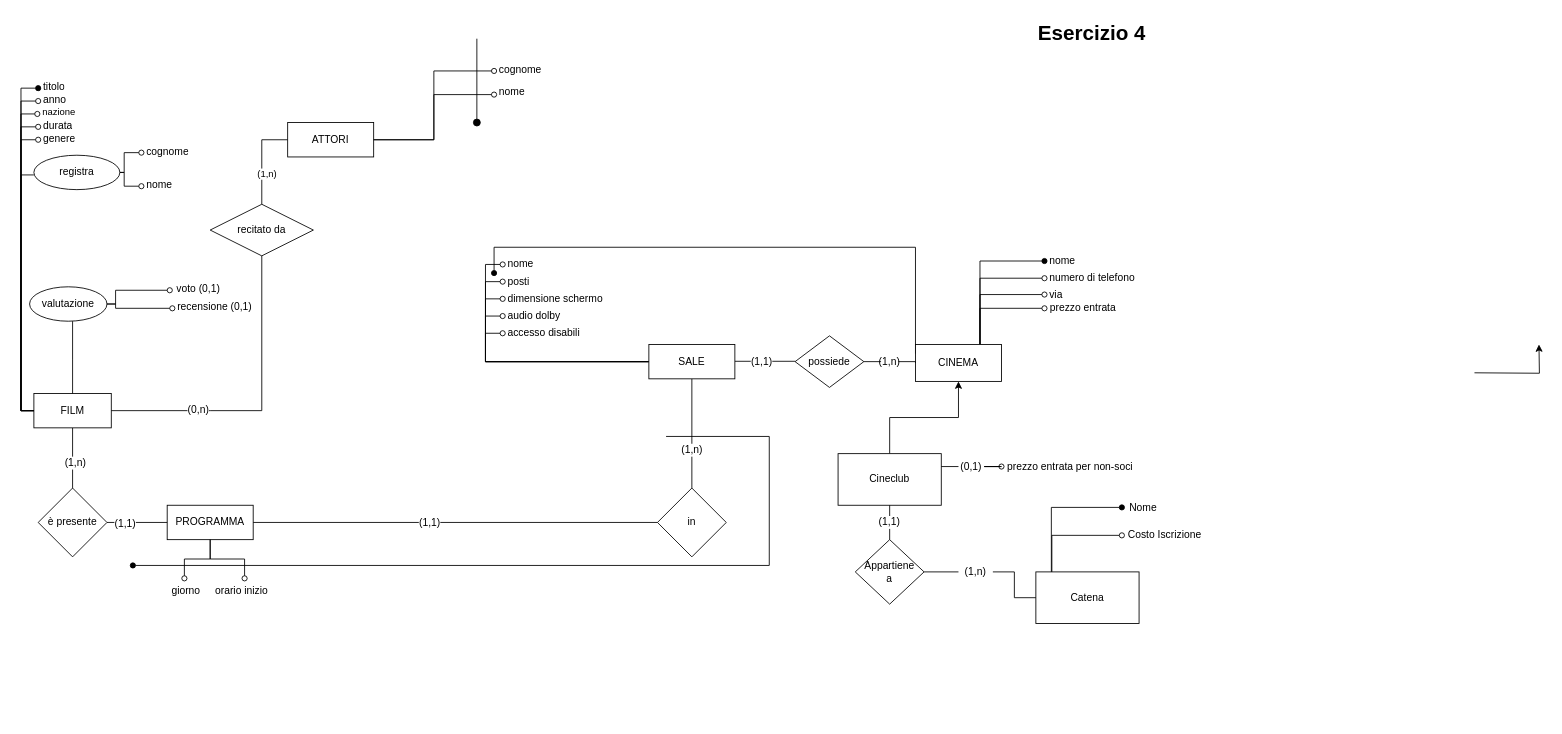
This is page "Page-4" (4 of 6) of esercizio_cinema/Esercizio-Cinema.drawio from RaphyJake/Basi-di-dati, a draw.io file, before an edit. Source tidied: cells renumbered, new cells numbered last; positions are measured from the earlier drawing's top-left corner, leaving out a move shared by most shapes. Both pictures are drawn from the tidied source at 86%, with x=0, y=0 at pixel (21, 15).
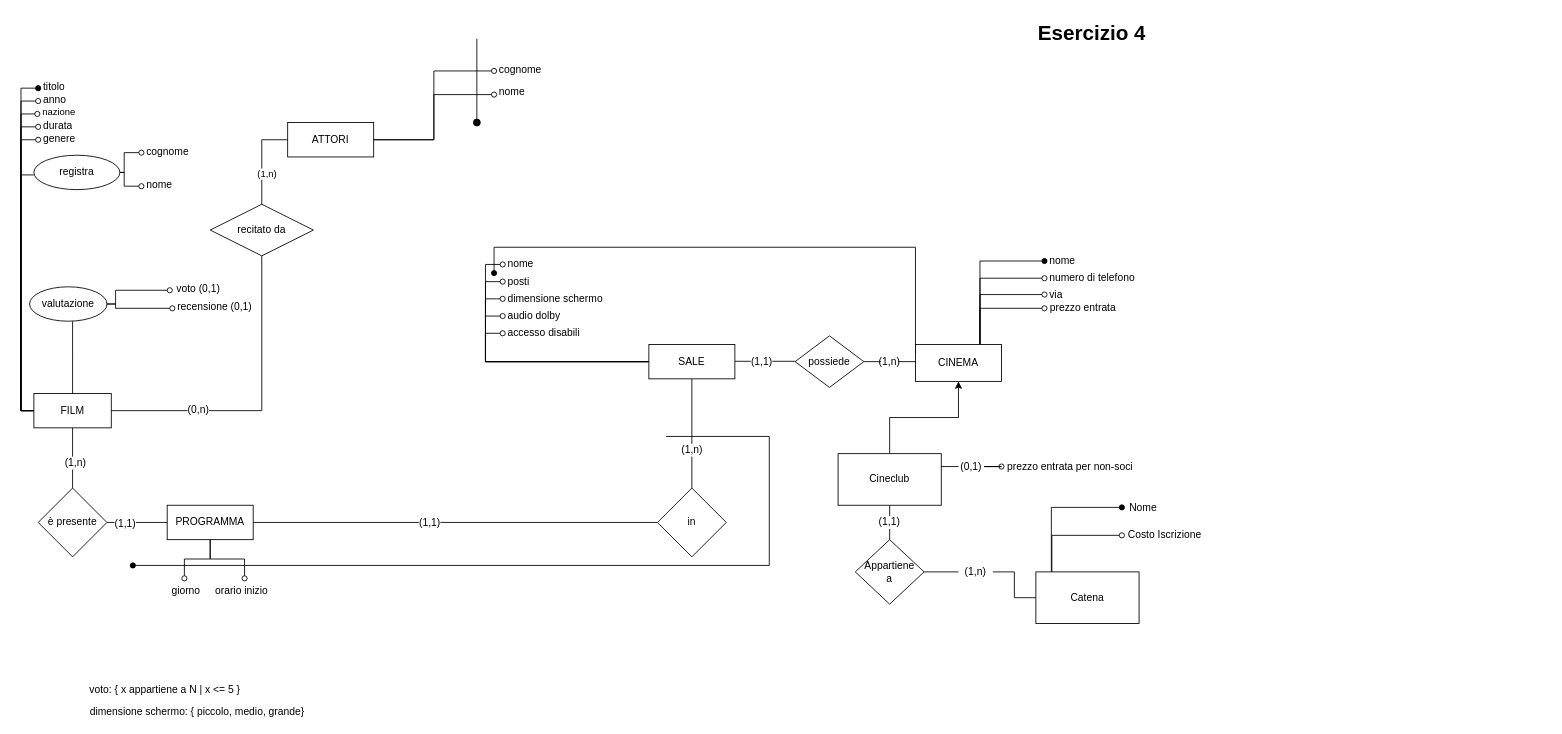
The same page after the edit.

Commit message:
Aggiunti due domini strani da ricordarsi

Change to the diagram source:
```diff
@@
-    <mxCell id="57" style="edgeStyle=orthogonalEdgeStyle;rounded=0;orthogonalLoop=1;jettySize=auto;html=1;exitX=0.75;exitY=0;exitDx=0;exitDy=0;entryX=0;entryY=0.5;entryDx=0;entryDy=0;" parent="1" edge="1">
-      <mxGeometry relative="1" as="geometry">
-        <mxPoint x="1690" y="416" as="sourcePoint" />
-        <mxPoint x="1765" y="383" as="targetPoint" />
-      </mxGeometry>
-    </mxCell>
@@
+    <mxCell id="100" value="voto: { x appartiene a N | x &amp;lt;= 5 }" style="text;html=1;align=center;verticalAlign=middle;whiteSpace=wrap;rounded=0;" parent="1" vertex="1">
+      <mxGeometry x="34.9" y="770" width="265.1" height="30" as="geometry" />
+    </mxCell>
+    <mxCell id="101" value="dimensione schermo: { piccolo, medio, grande}" style="text;html=1;align=center;verticalAlign=middle;whiteSpace=wrap;rounded=0;" parent="1" vertex="1">
+      <mxGeometry x="59.9" y="800" width="290.1" height="20" as="geometry" />
+    </mxCell>
```
